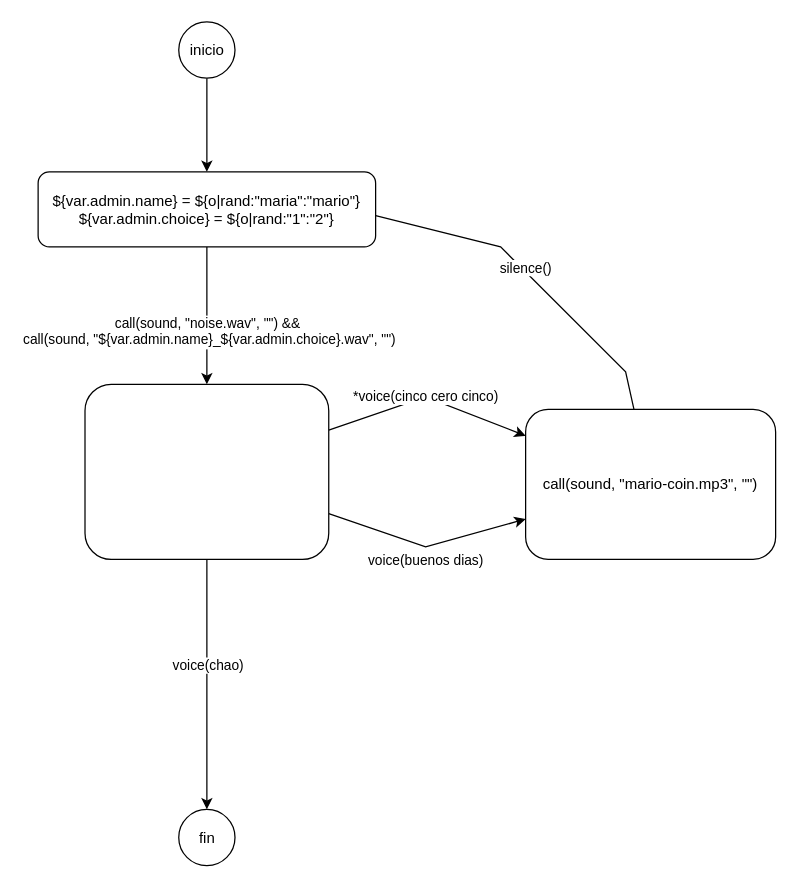
Above: data/ue/scenes/caso1.drawio in ejfdelgado/ejflab (draw.io), before the change. Source tidied: cells renumbered, new cells numbered last; positions are measured from the earlier drawing's top-left corner, leaving out a move shared by most shapes. Both pictures are drawn from the tidied source at 125%, with x=0, y=0 at pixel (38, 21).
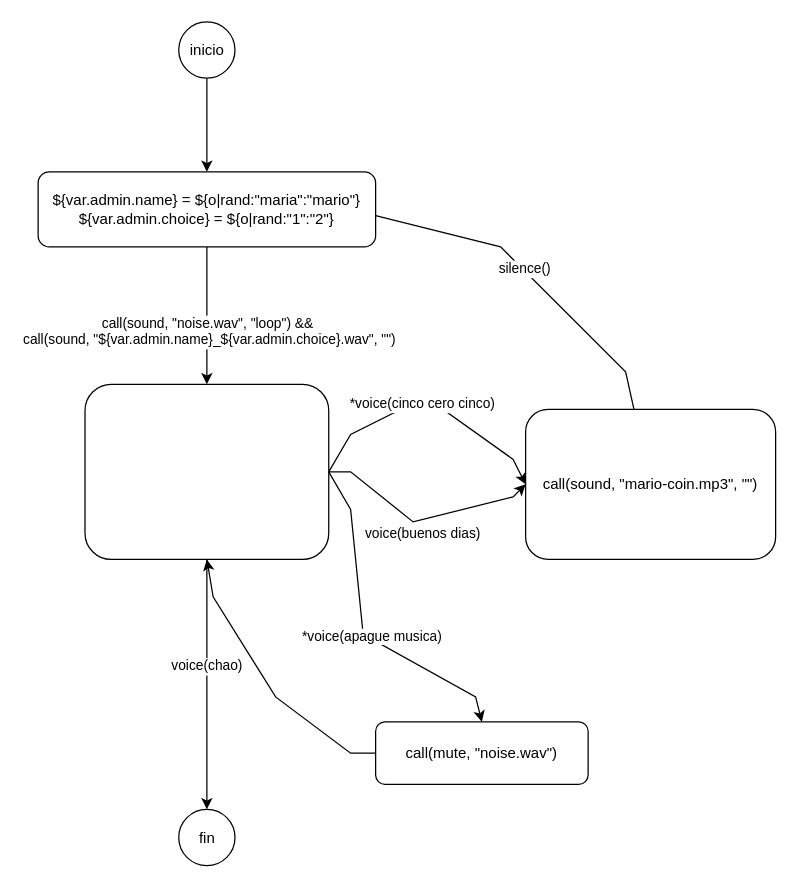
The same diagram, later.

Change to the diagram source:
```diff
@@
-    <mxCell id="2" style="edgeStyle=none;rounded=0;html=1;entryX=1;entryY=0.5;entryDx=0;entryDy=0;" parent="1" edge="1" source="4" target="18">
+    <mxCell id="2" style="edgeStyle=none;rounded=0;entryX=1;entryY=0.5;entryDx=0;entryDy=0;" parent="1" edge="1" source="4" target="18">
       <mxGeometry relative="1" as="geometry">
         <Array as="points">
           <mxPoint x="470" y="280" />
           <mxPoint x="370" y="180" />
           <mxPoint x="250" y="150" />
         </Array>
       </mxGeometry>
     </mxCell>
-    <mxCell id="3" value="silence()" style="edgeLabel;html=1;align=center;verticalAlign=middle;" parent="2" vertex="1">
+    <mxCell id="3" value="silence()" style="edgeLabel;align=center;verticalAlign=middle;" parent="2" vertex="1">
       <mxGeometry x="-0.07" y="-2" relative="1" as="geometry" />
     </mxCell>
-    <mxCell id="4" value="call(sound, &quot;mario-coin.mp3&quot;, &quot;&quot;)" style="rounded=1;whiteSpace=wrap;html=1;fontSize=12;glass=0;strokeWidth=1;shadow=0;" parent="1" vertex="1">
+    <mxCell id="4" value="call(sound, &quot;mario-coin.mp3&quot;, &quot;&quot;)" style="rounded=1;whiteSpace=wrap;fontSize=12;glass=0;strokeWidth=1;shadow=0;" parent="1" vertex="1">
       <mxGeometry x="390" y="310" width="200" height="120" as="geometry" />
     </mxCell>
-    <mxCell id="5" style="edgeStyle=none;rounded=0;html=1;" parent="1" edge="1" source="6" target="18">
+    <mxCell id="5" style="edgeStyle=none;rounded=0;" parent="1" edge="1" source="6" target="18">
       <mxGeometry relative="1" as="geometry" />
     </mxCell>
-    <mxCell id="6" value="inicio" style="ellipse;whiteSpace=wrap;html=1;" parent="1" vertex="1">
+    <mxCell id="6" value="inicio" style="ellipse;whiteSpace=wrap;" parent="1" vertex="1">
       <mxGeometry x="112.5" width="45" height="45" as="geometry" />
     </mxCell>
-    <mxCell id="7" style="edgeStyle=none;rounded=0;html=1;" parent="1" edge="1" source="13" target="4">
+    <mxCell id="7" style="edgeStyle=none;rounded=0;exitX=1;exitY=0.5;exitDx=0;exitDy=0;entryX=0;entryY=0.5;entryDx=0;entryDy=0;" parent="1" edge="1" source="13" target="4">
       <mxGeometry relative="1" as="geometry">
         <Array as="points">
+          <mxPoint x="250" y="330" />
           <mxPoint x="310" y="300" />
+          <mxPoint x="380" y="350" />
         </Array>
       </mxGeometry>
     </mxCell>
-    <mxCell id="8" value="*voice(cinco cero cinco)" style="edgeLabel;html=1;align=center;verticalAlign=middle;" parent="7" vertex="1">
+    <mxCell id="8" value="*voice(cinco cero cinco)" style="edgeLabel;align=center;verticalAlign=middle;" parent="7" vertex="1">
       <mxGeometry x="-0.27" y="1" relative="1" as="geometry">
         <mxPoint x="20" y="-6" as="offset" />
       </mxGeometry>
     </mxCell>
-    <mxCell id="9" style="edgeStyle=none;rounded=0;html=1;" parent="1" edge="1" source="13" target="4">
+    <mxCell id="9" style="edgeStyle=none;rounded=0;exitX=1;exitY=0.5;exitDx=0;exitDy=0;entryX=0;entryY=0.5;entryDx=0;entryDy=0;" parent="1" edge="1" source="13" target="4">
       <mxGeometry relative="1" as="geometry">
         <Array as="points">
-          <mxPoint x="310" y="420" />
+          <mxPoint x="250" y="360" />
+          <mxPoint x="300" y="400" />
+          <mxPoint x="380" y="380" />
         </Array>
       </mxGeometry>
     </mxCell>
-    <mxCell id="10" value="voice(buenos dias)" style="edgeLabel;html=1;align=center;verticalAlign=middle;" parent="9" vertex="1">
+    <mxCell id="10" value="voice(buenos dias)" style="edgeLabel;align=center;verticalAlign=middle;" parent="9" vertex="1">
       <mxGeometry x="0.12" y="-3" relative="1" as="geometry">
         <mxPoint x="-11" y="10" as="offset" />
       </mxGeometry>
     </mxCell>
-    <mxCell id="11" style="edgeStyle=none;html=1;" parent="1" edge="1" source="13" target="14">
+    <mxCell id="11" style="edgeStyle=none;" parent="1" edge="1" source="13" target="14">
       <mxGeometry relative="1" as="geometry" />
     </mxCell>
-    <mxCell id="12" value="voice(chao)" style="edgeLabel;html=1;align=center;verticalAlign=middle;" parent="11" vertex="1">
+    <mxCell id="12" value="voice(chao)" style="edgeLabel;align=center;verticalAlign=middle;" parent="11" vertex="1">
       <mxGeometry x="-0.16" relative="1" as="geometry" />
     </mxCell>
+    <mxCell id="19" style="edgeStyle=none;html=0;entryX=0.5;entryY=0;entryDx=0;entryDy=0;exitX=1;exitY=0.5;exitDx=0;exitDy=0;rounded=0;" parent="1" edge="1" source="13" target="22">
+      <mxGeometry relative="1" as="geometry">
+        <Array as="points">
+          <mxPoint x="250" y="390" />
+          <mxPoint x="260" y="490" />
+          <mxPoint x="350" y="540" />
+        </Array>
+      </mxGeometry>
+    </mxCell>
+    <mxCell id="20" value="*voice(apague musica)" style="edgeLabel;html=1;align=center;verticalAlign=middle;" parent="19" vertex="1">
+      <mxGeometry x="0.1" y="2" relative="1" as="geometry" />
+    </mxCell>
-    <mxCell id="13" style="rounded=1;whiteSpace=wrap;html=1;" parent="1" vertex="1">
+    <mxCell id="13" style="rounded=1;whiteSpace=wrap;" parent="1" vertex="1">
       <mxGeometry x="37.5" y="290" width="195" height="140" as="geometry" />
     </mxCell>
-    <mxCell id="14" value="fin" style="ellipse;whiteSpace=wrap;html=1;" parent="1" vertex="1">
+    <mxCell id="14" value="fin" style="ellipse;whiteSpace=wrap;" parent="1" vertex="1">
       <mxGeometry x="112.5" y="630" width="45" height="45" as="geometry" />
     </mxCell>
-    <mxCell id="15" style="edgeStyle=none;rounded=0;html=1;" parent="1" edge="1" source="18" target="13">
+    <mxCell id="15" style="edgeStyle=none;rounded=0;" parent="1" edge="1" source="18" target="13">
       <mxGeometry relative="1" as="geometry" />
     </mxCell>
@@
-    <mxCell id="17" value="call(sound, &quot;noise.wav&quot;, &quot;&quot;) &amp;&amp; &#10;call(sound, &quot;${var.admin.name}_${var.admin.choice}.wav&quot;, &quot;&quot;)" style="edgeLabel;align=center;verticalAlign=middle;" parent="15" vertex="1">
+    <mxCell id="17" value="call(sound, &quot;noise.wav&quot;, &quot;loop&quot;) &amp;&amp; &#10;call(sound, &quot;${var.admin.name}_${var.admin.choice}.wav&quot;, &quot;&quot;)" style="edgeLabel;align=center;verticalAlign=middle;" parent="15" vertex="1">
       <mxGeometry x="0.22" y="2" relative="1" as="geometry" />
     </mxCell>
-    <mxCell id="18" value="${var.admin.name} = ${o|rand:&quot;maria&quot;:&quot;mario&quot;}&#10;${var.admin.choice} = ${o|rand:&quot;1&quot;:&quot;2&quot;}" style="rounded=1;" parent="1" vertex="1">
+    <mxCell id="18" value="${var.admin.name} = ${o|rand:&quot;maria&quot;:&quot;mario&quot;}&#10;${var.admin.choice} = ${o|rand:&quot;1&quot;:&quot;2&quot;}" style="rounded=1;whiteSpace=wrap;" parent="1" vertex="1">
       <mxGeometry y="120" width="270" height="60" as="geometry" />
     </mxCell>
+    <mxCell id="21" style="edgeStyle=none;html=0;entryX=0.5;entryY=1;entryDx=0;entryDy=0;exitX=0;exitY=0.5;exitDx=0;exitDy=0;rounded=0;" parent="1" edge="1" source="22" target="13">
+      <mxGeometry relative="1" as="geometry">
+        <Array as="points">
+          <mxPoint x="250" y="585" />
+          <mxPoint x="190" y="540" />
+          <mxPoint x="140" y="460" />
+        </Array>
+      </mxGeometry>
+    </mxCell>
+    <mxCell id="22" value="call(mute, &quot;noise.wav&quot;)" style="rounded=1;whiteSpace=wrap;" parent="1" vertex="1">
+      <mxGeometry x="270" y="560" width="170" height="50" as="geometry" />
+    </mxCell>
```
